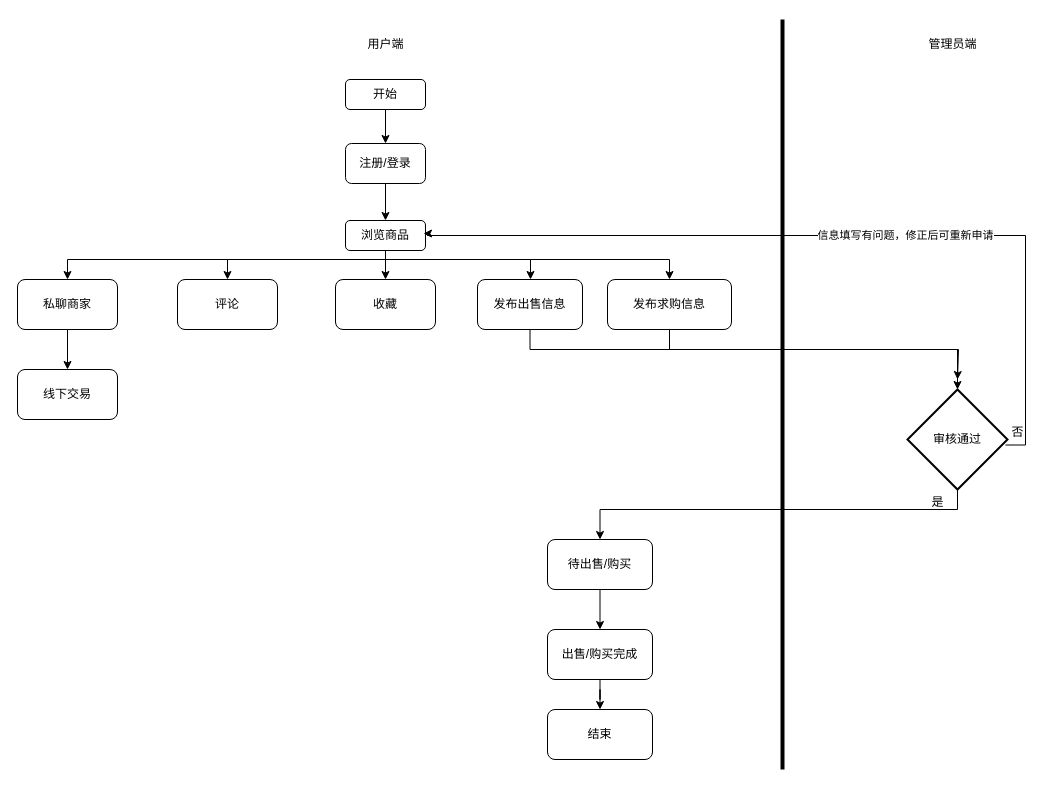
Above: 跳蚤市场.drawio in amazing-a/ER (draw.io), before the change. Source tidied: cells renumbered, new cells numbered last; positions are measured from the earlier drawing's top-left corner, leaving out a move shared by most shapes. Both pictures are drawn from the tidied source at 100%, with x=0, y=0 at pixel (17, 19).
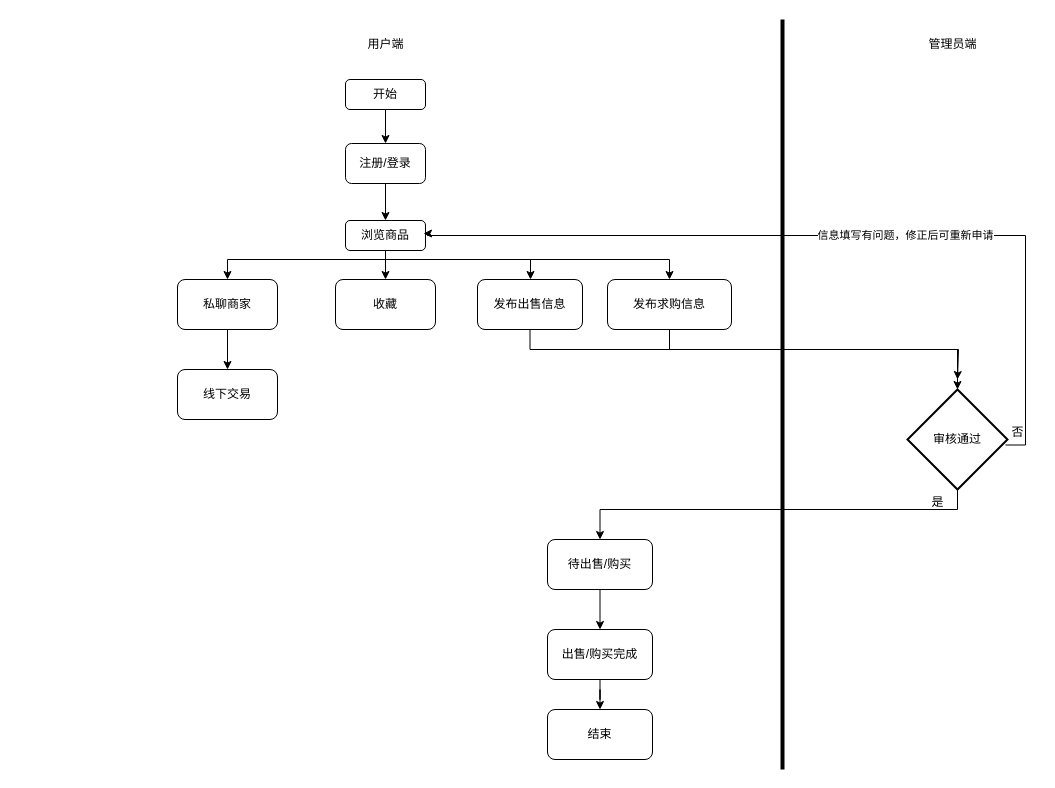
After the change.

Commit message:
更新跳蚤市场.drawio

Unchanged cells that the change refers to:
```xml
<mxCell id="14" value="浏览商品" style="rounded=1;whiteSpace=wrap;html=1;" parent="1" vertex="1">
  <mxGeometry x="328" y="201" width="80" height="30" as="geometry" />
</mxCell>
```

The edit, as a diff of the source:
```diff
@@
-    <mxCell id="12" style="edgeStyle=orthogonalEdgeStyle;rounded=0;jettySize=auto;html=1;entryX=0.5;entryY=0;entryDx=0;entryDy=0;" parent="1" edge="1" source="14" target="33">
-      <mxGeometry relative="1" as="geometry">
-        <Array as="points">
-          <mxPoint x="368" y="240" />
-          <mxPoint x="210" y="240" />
-        </Array>
-      </mxGeometry>
-    </mxCell>
     <mxCell id="13" style="edgeStyle=orthogonalEdgeStyle;rounded=0;jettySize=auto;html=1;entryX=0.5;entryY=0;entryDx=0;entryDy=0;" parent="1" edge="1" source="14" target="21">
       <mxGeometry relative="1" as="geometry">
         <Array as="points">
           <mxPoint x="368" y="240" />
-          <mxPoint x="50" y="240" />
+          <mxPoint x="210" y="240" />
         </Array>
       </mxGeometry>
     </mxCell>
@@
     <mxCell id="21" value="私聊商家" style="rounded=1;whiteSpace=wrap;html=1;" parent="1" vertex="1">
-      <mxGeometry y="260" width="100" height="50" as="geometry" />
+      <mxGeometry x="160" y="260" width="100" height="50" as="geometry" />
     </mxCell>
@@
-    <mxCell id="33" value="评论" style="rounded=1;whiteSpace=wrap;html=1;" parent="1" vertex="1">
-      <mxGeometry x="160" y="260" width="100" height="50" as="geometry" />
-    </mxCell>
     <mxCell id="34" value="线下交易" style="rounded=1;whiteSpace=wrap;html=1;" parent="1" vertex="1">
-      <mxGeometry y="350" width="100" height="50" as="geometry" />
+      <mxGeometry x="160" y="350" width="100" height="50" as="geometry" />
     </mxCell>
```
